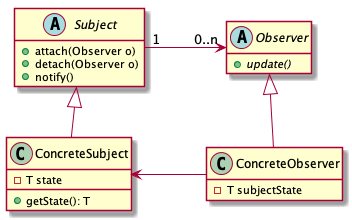
This is comportement/observer/uml/observer_cd.png from ace-lectures/pattern-repository, a PlantUML export, as it was before one commit. Its diagram source:
```plantuml
@startuml

skinparam nodesep 75
skinparam ranksep 50
hide empty members

abstract class Subject {
  + attach(Observer o)
  + detach(Observer o)
  + notify()
}

abstract class Observer {
  + {abstract} update()
}

Subject "1" -> "0..n" Observer

class ConcreteSubject {
  - T state
  + getState(): T
}

Subject <|-- ConcreteSubject

class ConcreteObserver {
  - T subjectState
}

Observer <|-- ConcreteObserver
ConcreteSubject <- ConcreteObserver

@enduml
```
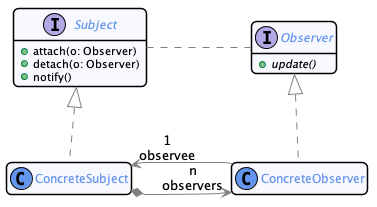
The same file after the commit.

Change to the diagram source:
```diff
@@ -1,33 +1,93 @@
 @startuml
 
+
 skinparam nodesep 75
-skinparam ranksep 50
+skinparam ranksep 75
 hide empty members
 
-abstract class Subject {
-  + attach(Observer o)
-  + detach(Observer o)
+skinparam noteFontSize 10
+skinparam noteFontName Courier
+
+skinparam monochrome  false
+skinparam shadowing   false
+skinparam roundcorner 10
+skinparam linetype polyline
+
+skinparam class {
+    BackgroundColor GhostWhite
+    ArrowColor      Gray
+    BorderColor     Black
+    fontColor       CornFlowerBlue
+}
+
+skinparam state {
+    BackgroundColor GhostWhite
+    ArrowColor      Gray
+    BorderColor     Black
+    fontColor       CornFlowerBlue
+}
+
+skinparam object {
+    BackgroundColor GhostWhite
+    ArrowColor      Gray
+    BorderColor     Black
+}
+
+skinparam package<<Layout>> {
+  borderColor         Transparent
+  backgroundColor     Transparent
+  fontColor           Transparent
+  stereotypeFontColor Transparent
+}
+
+skinparam sequence {
+	ArrowColor                  Gray
+  LifeLineBorderColor         CornFlowerBlue
+  LifeLineBackgroundColor     GhostWhite
+	ParticipantBorderColor      CornFlowerBlue
+	ParticipantBackgroundColor  GhostWhite
+  ActorBorderColor            CornFlowerBlue
+	ActorBackgroundColor        GhostWhite
+  BoxBorderColor         CornFlowerBlue
+  BoxBackgroundColor         GhostWhite
+}
+
+skinparam stereotypeCBackgroundColor CornflowerBlue
+
+hide footbox
+hide empty members
+
+skinparam note {
+ BackgroundColor GhostWhite
+ BorderColor         CornFlowerBlue
+}
+
+skinparam nodesep 100
+
+interface Subject {
+  + attach(o: Observer)
+  + detach(o: Observer)
   + notify()
 }
 
-abstract class Observer {
+interface Observer {
   + {abstract} update()
 }
 
-Subject "1" -> "0..n" Observer
+Subject . Observer
 
 class ConcreteSubject {
-  - T state
-  + getState(): T
+
 }
 
-Subject <|-- ConcreteSubject
+Subject <|.. ConcreteSubject
 
 class ConcreteObserver {
-  - T subjectState
+
 }
 
-Observer <|-- ConcreteObserver
-ConcreteSubject <- ConcreteObserver
+Observer <|.. ConcreteObserver
+ConcreteSubject *-> "n\nobservers" ConcreteObserver
+ConcreteSubject "1\nobservee"<- ConcreteObserver
 
 @enduml
```
